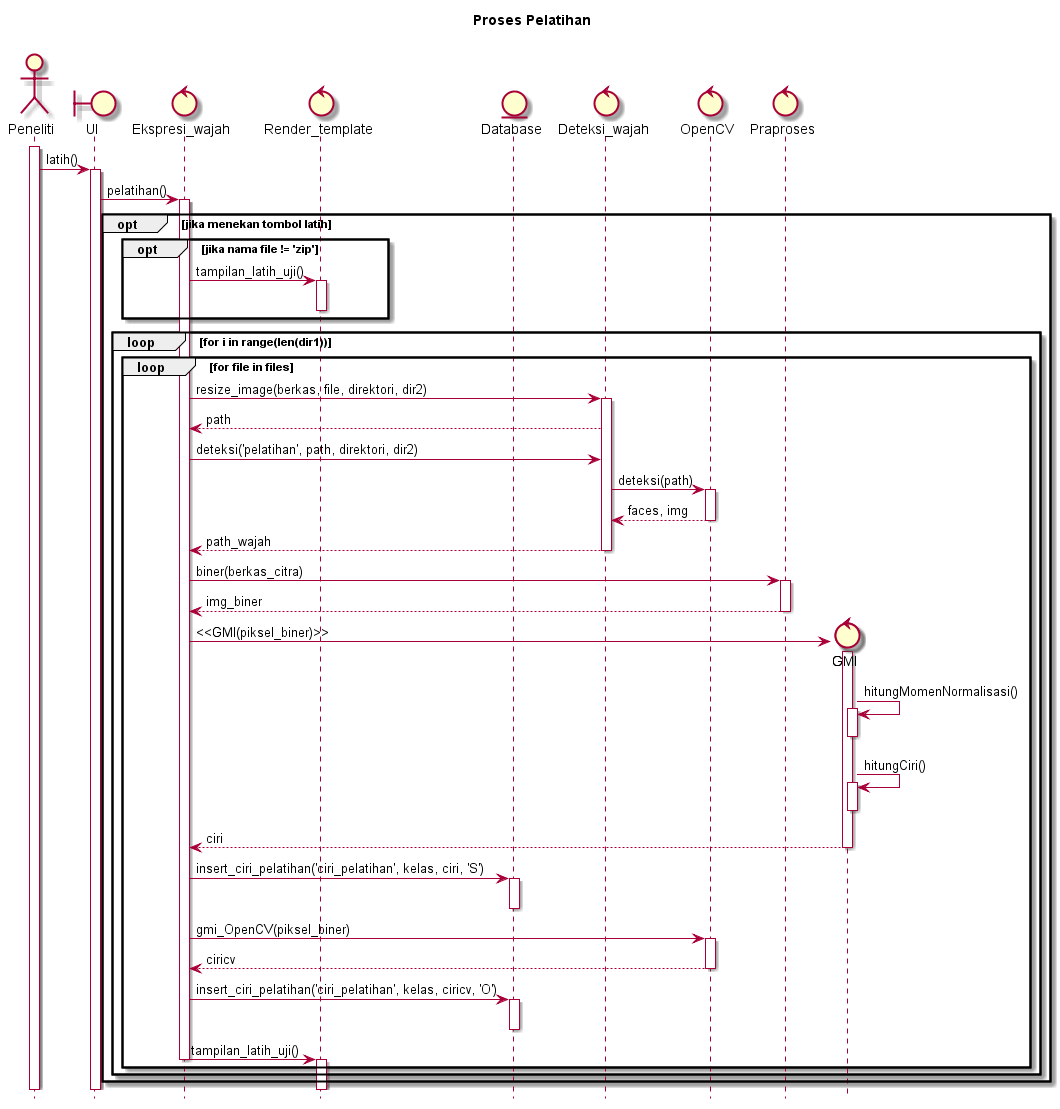
ayulestari10/gmisvm keeps this PlantUML diagram as diagram/SD_pelatihan V2.png. Above is the earlier version.
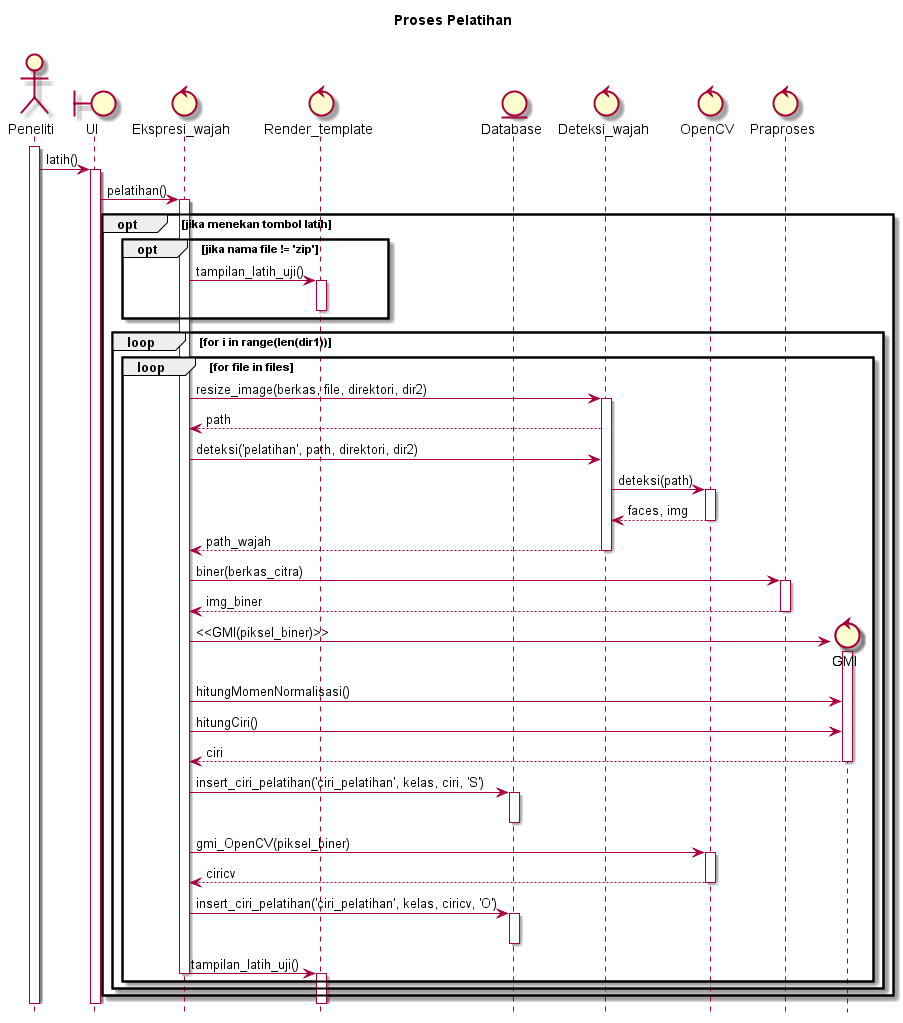
The same diagram one commit later.

Diff of the diagram source:
```diff
@@ -47,12 +47,8 @@
 				create control GMI
 				Ekspresi_wajah -> GMI : <<GMI(piksel_biner)>>
 				activate GMI
-				GMI -> GMI : hitungMomenNormalisasi()
-				activate GMI
-				deactivate GMI
-				GMI -> GMI : hitungCiri()
-				activate GMI
-				deactivate GMI
+				Ekspresi_wajah -> GMI : hitungMomenNormalisasi()
+				Ekspresi_wajah -> GMI : hitungCiri()
 				GMI --> Ekspresi_wajah : ciri
 				deactivate GMI
 				Ekspresi_wajah -> Database : insert_ciri_pelatihan('ciri_pelatihan', kelas, ciri, 'S')
```
